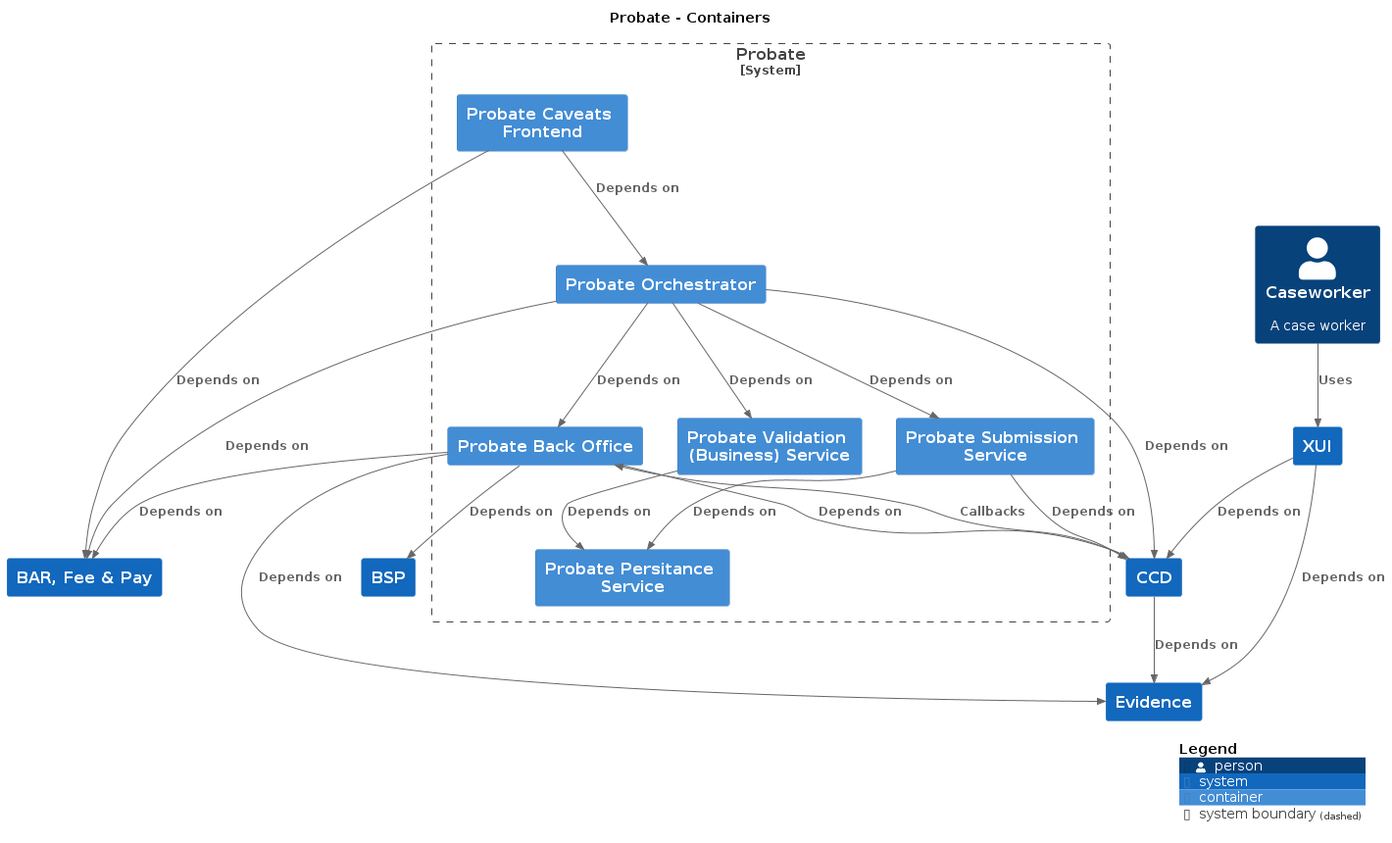
Before: docs/c4/probate/images/structurizr-probate-caseworker.png, a diagram exported from PlantUML (hmcts/cnp-api-docs).
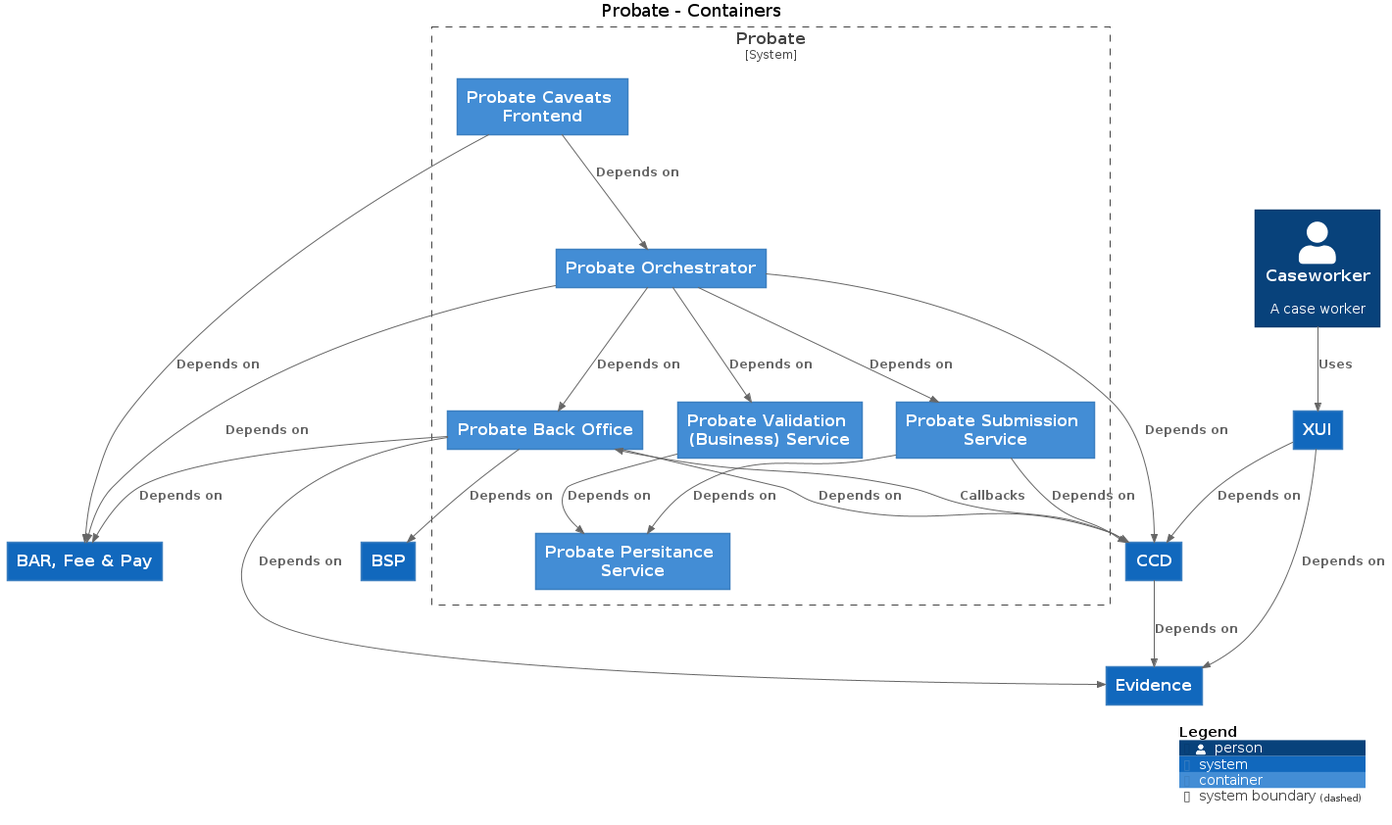
After the change.

Change to the diagram source:
```diff
@@ -3,45 +3,45 @@
 
 top to bottom direction
 
-!include https://raw.githubusercontent.com/plantuml-stdlib/C4-PlantUML/master/C4.puml
-!include https://raw.githubusercontent.com/plantuml-stdlib/C4-PlantUML/master/C4_Context.puml
-!include https://raw.githubusercontent.com/plantuml-stdlib/C4-PlantUML/master/C4_Container.puml
+!includeurl https://raw.githubusercontent.com/plantuml-stdlib/C4-PlantUML/master/C4.puml
+!includeurl https://raw.githubusercontent.com/plantuml-stdlib/C4-PlantUML/master/C4_Context.puml
+!includeurl https://raw.githubusercontent.com/plantuml-stdlib/C4-PlantUML/master/C4_Container.puml
 
-System(XUI, "XUI", "", $tags="")
-System(CCD, "CCD", "", $tags="")
-Person(Caseworker, "Caseworker", "A case worker", $tags="")
-System(BARFeePay, "BAR, Fee & Pay", "", $tags="")
-System(BSP, "BSP", "", $tags="")
-System(Evidence, "Evidence", "", $tags="")
+System(XUI, "XUI", "")
+System(CCD, "CCD", "")
+Person(Caseworker, "Caseworker", "A case worker")
+System(BARFeePay, "BAR, Fee & Pay", "")
+System(BSP, "BSP", "")
+System(Evidence, "Evidence", "")
 
 System_Boundary("Probate_boundary", "Probate") {
-  Container(Probate.ProbatePersitanceService, "Probate Persitance Service", "", $tags="")
-  Container(Probate.ProbateSubmissionService, "Probate Submission Service", "", $tags="")
-  Container(Probate.ProbateCaveatsFrontend, "Probate Caveats Frontend", "", $tags="")
-  Container(Probate.ProbateOrchestrator, "Probate Orchestrator", "", $tags="")
-  Container(Probate.ProbateBackOffice, "Probate Back Office", "", $tags="")
-  Container(Probate.ProbateValidationBusinessService, "Probate Validation (Business) Service", "", $tags="")
+  Container(Probate.ProbatePersitanceService, "Probate Persitance Service", "")
+  Container(Probate.ProbateSubmissionService, "Probate Submission Service", "")
+  Container(Probate.ProbateCaveatsFrontend, "Probate Caveats Frontend", "")
+  Container(Probate.ProbateOrchestrator, "Probate Orchestrator", "")
+  Container(Probate.ProbateBackOffice, "Probate Back Office", "")
+  Container(Probate.ProbateValidationBusinessService, "Probate Validation (Business) Service", "")
 }
 
-Rel_D(CCD, Evidence, "Depends on", $tags="")
-Rel_D(XUI, Evidence, "Depends on", $tags="")
-Rel_D(XUI, CCD, "Depends on", $tags="")
-Rel_D(Probate.ProbateSubmissionService, CCD, "Depends on", $tags="")
-Rel_D(Probate.ProbateSubmissionService, Probate.ProbatePersitanceService, "Depends on", $tags="")
-Rel_D(Probate.ProbateCaveatsFrontend, BARFeePay, "Depends on", $tags="")
-Rel_D(Probate.ProbateCaveatsFrontend, Probate.ProbateOrchestrator, "Depends on", $tags="")
-Rel_D(Probate.ProbateOrchestrator, Probate.ProbateSubmissionService, "Depends on", $tags="")
-Rel_D(Probate.ProbateOrchestrator, Probate.ProbateValidationBusinessService, "Depends on", $tags="")
-Rel_D(Probate.ProbateOrchestrator, Probate.ProbateBackOffice, "Depends on", $tags="")
-Rel_D(Probate.ProbateOrchestrator, BARFeePay, "Depends on", $tags="")
-Rel_D(Probate.ProbateOrchestrator, CCD, "Depends on", $tags="")
-Rel_D(Probate.ProbateBackOffice, CCD, "Depends on", $tags="")
-Rel_D(Probate.ProbateBackOffice, BARFeePay, "Depends on", $tags="")
-Rel_D(Probate.ProbateBackOffice, Evidence, "Depends on", $tags="")
-Rel_D(Probate.ProbateBackOffice, BSP, "Depends on", $tags="")
-Rel_D(Probate.ProbateValidationBusinessService, Probate.ProbatePersitanceService, "Depends on", $tags="")
-Rel_D(Caseworker, XUI, "Uses", $tags="")
-Rel_D(CCD, Probate.ProbateBackOffice, "Callbacks", $tags="")
+Rel_D(CCD, Evidence, "Depends on")
+Rel_D(XUI, Evidence, "Depends on")
+Rel_D(XUI, CCD, "Depends on")
+Rel_D(Probate.ProbateSubmissionService, CCD, "Depends on")
+Rel_D(Probate.ProbateSubmissionService, Probate.ProbatePersitanceService, "Depends on")
+Rel_D(Probate.ProbateCaveatsFrontend, BARFeePay, "Depends on")
+Rel_D(Probate.ProbateCaveatsFrontend, Probate.ProbateOrchestrator, "Depends on")
+Rel_D(Probate.ProbateOrchestrator, Probate.ProbateSubmissionService, "Depends on")
+Rel_D(Probate.ProbateOrchestrator, Probate.ProbateValidationBusinessService, "Depends on")
+Rel_D(Probate.ProbateOrchestrator, Probate.ProbateBackOffice, "Depends on")
+Rel_D(Probate.ProbateOrchestrator, BARFeePay, "Depends on")
+Rel_D(Probate.ProbateOrchestrator, CCD, "Depends on")
+Rel_D(Probate.ProbateBackOffice, CCD, "Depends on")
+Rel_D(Probate.ProbateBackOffice, BARFeePay, "Depends on")
+Rel_D(Probate.ProbateBackOffice, Evidence, "Depends on")
+Rel_D(Probate.ProbateBackOffice, BSP, "Depends on")
+Rel_D(Probate.ProbateValidationBusinessService, Probate.ProbatePersitanceService, "Depends on")
+Rel_D(Caseworker, XUI, "Uses")
+Rel_D(CCD, Probate.ProbateBackOffice, "Callbacks")
 
 SHOW_DYNAMIC_LEGEND()
 @enduml
```
